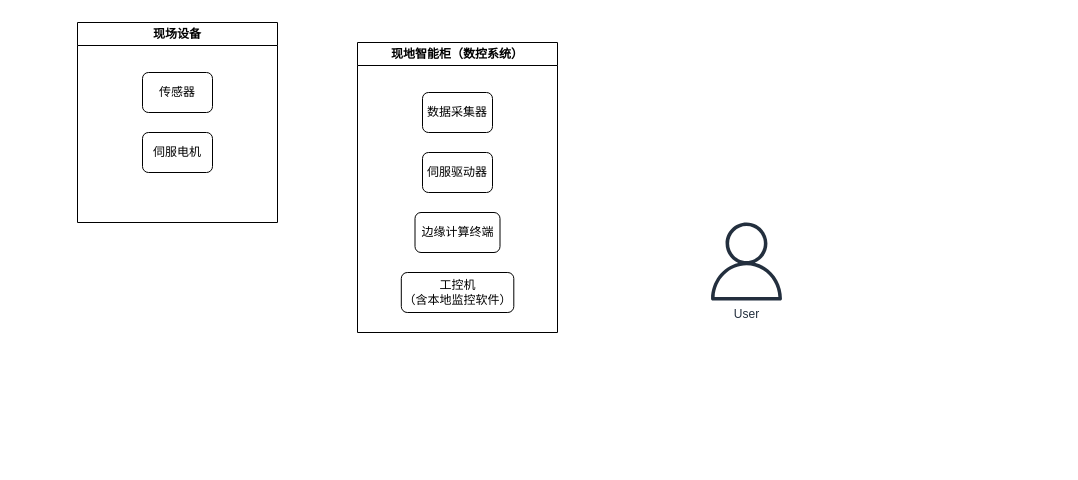
Above: 未命名绘图.drawio in linweihongvicky/mydrawio (draw.io), before the change. Source tidied: cells renumbered, new cells numbered last; positions are measured from the earlier drawing's top-left corner, leaving out a move shared by most shapes. Both pictures are drawn from the tidied source at 100%, with x=0, y=0 at pixel (77, 22).
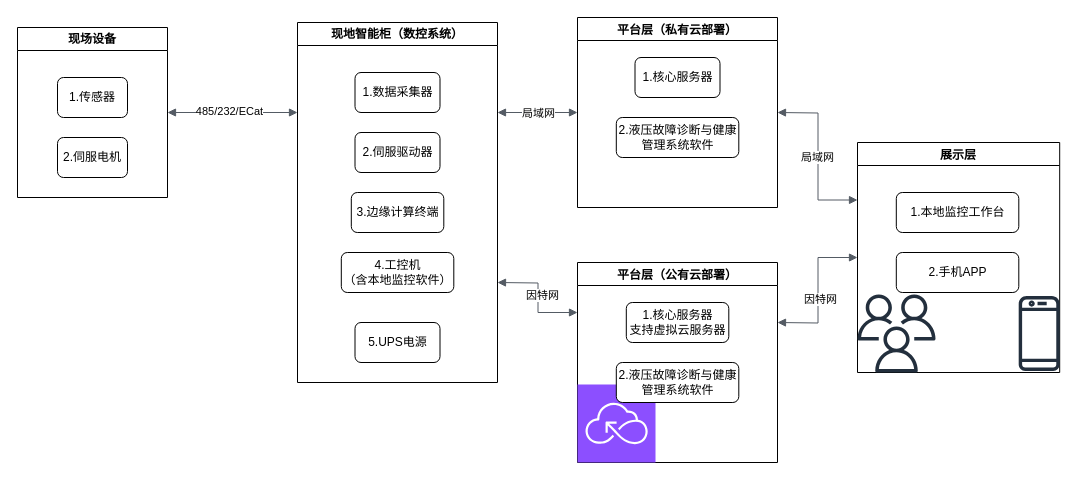
After the change.

Commit message (it also covers changes not shown here):
更新液压系统主要产品架构图.drawio

Diff of the diagram source:
```diff
@@
-    <mxCell id="2" value="User" style="fontColor=#232F3E;gradientColor=none;fillColor=#232F3E;strokeColor=none;dashed=0;verticalLabelPosition=bottom;verticalAlign=top;align=center;html=1;fontSize=12;fontStyle=0;shape=mxgraph.aws4.user;labelBackgroundColor=none;" parent="1" vertex="1">
-      <mxGeometry x="630" y="200" width="78" height="78" as="geometry" />
-    </mxCell>
     <mxCell id="3" value="现场设备" style="swimlane;whiteSpace=wrap;html=1;" parent="1" vertex="1">
-      <mxGeometry width="200" height="200" as="geometry" />
+      <mxGeometry x="-60" y="5" width="150" height="170" as="geometry" />
     </mxCell>
-    <mxCell id="4" value="传感器" style="rounded=1;whiteSpace=wrap;html=1;" parent="3" vertex="1">
-      <mxGeometry x="65" y="50" width="70" height="40" as="geometry" />
+    <mxCell id="4" value="1.传感器" style="rounded=1;whiteSpace=wrap;html=1;" parent="3" vertex="1">
+      <mxGeometry x="40" y="50" width="70" height="40" as="geometry" />
     </mxCell>
-    <mxCell id="5" value="伺服电机" style="rounded=1;whiteSpace=wrap;html=1;" parent="3" vertex="1">
-      <mxGeometry x="65" y="110" width="70" height="40" as="geometry" />
+    <mxCell id="5" value="2.伺服电机" style="rounded=1;whiteSpace=wrap;html=1;" parent="3" vertex="1">
+      <mxGeometry x="40" y="110" width="70" height="40" as="geometry" />
     </mxCell>
     <mxCell id="6" value="现地智能柜（数控系统）" style="swimlane;whiteSpace=wrap;html=1;" parent="1" vertex="1">
-      <mxGeometry x="280" y="20" width="200" height="290" as="geometry" />
+      <mxGeometry x="220" width="200" height="360" as="geometry" />
     </mxCell>
-    <mxCell id="7" value="数据采集器" style="rounded=1;whiteSpace=wrap;html=1;" parent="6" vertex="1">
-      <mxGeometry x="65" y="50" width="70" height="40" as="geometry" />
+    <mxCell id="7" value="1.数据采集器" style="rounded=1;whiteSpace=wrap;html=1;" parent="6" vertex="1">
+      <mxGeometry x="57.5" y="50" width="85" height="40" as="geometry" />
     </mxCell>
-    <mxCell id="8" value="伺服驱动器" style="rounded=1;whiteSpace=wrap;html=1;" parent="6" vertex="1">
-      <mxGeometry x="65" y="110" width="70" height="40" as="geometry" />
+    <mxCell id="8" value="2.伺服驱动器" style="rounded=1;whiteSpace=wrap;html=1;" parent="6" vertex="1">
+      <mxGeometry x="57.5" y="110" width="85" height="40" as="geometry" />
     </mxCell>
-    <mxCell id="9" value="边缘计算终端" style="rounded=1;whiteSpace=wrap;html=1;" parent="6" vertex="1">
-      <mxGeometry x="57.5" y="170" width="85" height="40" as="geometry" />
+    <mxCell id="9" value="3.边缘计算终端" style="rounded=1;whiteSpace=wrap;html=1;" parent="6" vertex="1">
+      <mxGeometry x="53.8" y="170" width="92.5" height="40" as="geometry" />
     </mxCell>
-    <mxCell id="10" value="工控机&lt;div&gt;（含本地监控软件）&lt;/div&gt;" style="rounded=1;whiteSpace=wrap;html=1;" parent="6" vertex="1">
+    <mxCell id="10" value="4.工控机&lt;div&gt;（含本地监控软件）&lt;/div&gt;" style="rounded=1;whiteSpace=wrap;html=1;" parent="6" vertex="1">
       <mxGeometry x="43.8" y="230" width="112.5" height="40" as="geometry" />
     </mxCell>
+    <mxCell id="11" value="5.UPS电源" style="rounded=1;whiteSpace=wrap;html=1;" parent="6" vertex="1">
+      <mxGeometry x="57.5" y="300" width="85" height="40" as="geometry" />
+    </mxCell>
+    <mxCell id="12" value="平台层（私有云部署）" style="swimlane;" parent="1" vertex="1">
+      <mxGeometry x="500" y="-5" width="200" height="190" as="geometry" />
+    </mxCell>
+    <mxCell id="13" value="1.核心服务器" style="rounded=1;whiteSpace=wrap;html=1;" parent="12" vertex="1">
+      <mxGeometry x="57.5" y="40" width="85" height="40" as="geometry" />
+    </mxCell>
+    <mxCell id="14" value="2.液压故障诊断与健康管理系统软件" style="rounded=1;whiteSpace=wrap;html=1;" parent="12" vertex="1">
+      <mxGeometry x="38.8" y="100" width="122.5" height="40" as="geometry" />
+    </mxCell>
+    <mxCell id="15" value="平台层（公有云部署）" style="swimlane;startSize=23;" parent="1" vertex="1">
+      <mxGeometry x="500" y="240" width="200" height="200" as="geometry" />
+    </mxCell>
+    <mxCell id="16" style="sketch=0;fontColor=#232F3E;fillColor=#8C4FFF;strokeColor=#ffffff;dashed=0;verticalLabelPosition=bottom;verticalAlign=top;align=center;html=1;fontSize=12;fontStyle=0;shape=mxgraph.aws4.resourceIcon;resIcon=mxgraph.aws4.serverless;" parent="15" vertex="1">
+      <mxGeometry y="122" width="78" height="78" as="geometry" />
+    </mxCell>
+    <mxCell id="17" value="2.液压故障诊断与健康管理系统软件" style="rounded=1;whiteSpace=wrap;html=1;" parent="15" vertex="1">
+      <mxGeometry x="38.8" y="100" width="122.5" height="40" as="geometry" />
+    </mxCell>
+    <mxCell id="18" value="1.核心服务器&lt;div&gt;支持虚拟云服务器&lt;/div&gt;" style="rounded=1;whiteSpace=wrap;html=1;" parent="15" vertex="1">
+      <mxGeometry x="48.8" y="40" width="102.5" height="40" as="geometry" />
+    </mxCell>
+    <mxCell id="19" style="edgeStyle=orthogonalEdgeStyle;html=1;endArrow=block;elbow=vertical;startArrow=block;startFill=1;endFill=1;strokeColor=#545B64;rounded=0;entryX=0;entryY=0.5;entryDx=0;entryDy=0;" parent="15" edge="1" target="21">
+      <mxGeometry relative="1" as="geometry">
+        <mxPoint x="200" y="60" as="sourcePoint" />
+      </mxGeometry>
+    </mxCell>
+    <mxCell id="20" value="因特网" style="edgeLabel;html=1;align=center;verticalAlign=middle;" parent="19" vertex="1">
+      <mxGeometry x="-0.11" y="-1" relative="1" as="geometry">
+        <mxPoint x="1" as="offset" />
+      </mxGeometry>
+    </mxCell>
+    <mxCell id="21" value="展示层" style="swimlane;" parent="1" vertex="1">
+      <mxGeometry x="780" y="120" width="202.2" height="230" as="geometry" />
+    </mxCell>
+    <mxCell id="22" value="1.本地监控工作台" style="rounded=1;whiteSpace=wrap;html=1;" parent="21" vertex="1">
+      <mxGeometry x="38.8" y="50" width="122.5" height="40" as="geometry" />
+    </mxCell>
+    <mxCell id="23" style="sketch=0;fontColor=#232F3E;gradientColor=none;fillColor=#232F3D;strokeColor=none;dashed=0;verticalLabelPosition=bottom;verticalAlign=top;align=center;html=1;fontSize=12;fontStyle=0;shape=mxgraph.aws4.mobile_client;" parent="21" vertex="1">
+      <mxGeometry x="161.2" y="152" width="41" height="78" as="geometry" />
+    </mxCell>
+    <mxCell id="24" value="2.手机APP" style="rounded=1;whiteSpace=wrap;html=1;" parent="21" vertex="1">
+      <mxGeometry x="38.8" y="110" width="122.5" height="40" as="geometry" />
+    </mxCell>
+    <mxCell id="25" style="sketch=0;fontColor=#232F3E;gradientColor=none;fillColor=#232F3D;strokeColor=none;dashed=0;verticalLabelPosition=bottom;verticalAlign=top;align=center;html=1;fontSize=12;fontStyle=0;shape=mxgraph.aws4.users;" parent="21" vertex="1">
+      <mxGeometry y="152" width="78" height="78" as="geometry" />
+    </mxCell>
+    <mxCell id="26" style="edgeStyle=orthogonalEdgeStyle;html=1;endArrow=block;elbow=vertical;startArrow=block;startFill=1;endFill=1;strokeColor=#545B64;rounded=0;entryX=0;entryY=0.25;entryDx=0;entryDy=0;exitX=1;exitY=0.5;exitDx=0;exitDy=0;" parent="1" edge="1" source="3" target="6">
+      <mxGeometry relative="1" as="geometry" />
+    </mxCell>
+    <mxCell id="27" value="485/232/ECat" style="edgeLabel;html=1;align=center;verticalAlign=middle;" parent="26" vertex="1">
+      <mxGeometry x="-0.06" y="2" relative="1" as="geometry" />
+    </mxCell>
+    <mxCell id="28" style="html=1;endArrow=block;elbow=vertical;startArrow=block;startFill=1;endFill=1;strokeColor=#545B64;rounded=0;entryX=0;entryY=0.5;entryDx=0;entryDy=0;" parent="1" edge="1" target="12">
+      <mxGeometry relative="1" as="geometry">
+        <mxPoint x="420" y="90" as="sourcePoint" />
+      </mxGeometry>
+    </mxCell>
+    <mxCell id="29" value="局域网" style="edgeLabel;html=1;align=center;verticalAlign=middle;" parent="28" vertex="1">
+      <mxGeometry relative="1" as="geometry" />
+    </mxCell>
+    <mxCell id="30" style="edgeStyle=orthogonalEdgeStyle;html=1;endArrow=block;elbow=vertical;startArrow=block;startFill=1;endFill=1;strokeColor=#545B64;rounded=0;entryX=0;entryY=0.25;entryDx=0;entryDy=0;" parent="1" edge="1" target="15">
+      <mxGeometry relative="1" as="geometry">
+        <mxPoint x="420" y="260" as="sourcePoint" />
+      </mxGeometry>
+    </mxCell>
+    <mxCell id="31" value="因特网" style="edgeLabel;html=1;align=center;verticalAlign=middle;" parent="30" vertex="1">
+      <mxGeometry x="-0.03" y="4" relative="1" as="geometry" />
+    </mxCell>
+    <mxCell id="32" style="edgeStyle=orthogonalEdgeStyle;html=1;endArrow=block;elbow=vertical;startArrow=block;startFill=1;endFill=1;strokeColor=#545B64;rounded=0;entryX=0;entryY=0.25;entryDx=0;entryDy=0;" parent="1" edge="1" target="21">
+      <mxGeometry relative="1" as="geometry">
+        <mxPoint x="700" y="90" as="sourcePoint" />
+      </mxGeometry>
+    </mxCell>
+    <mxCell id="33" value="局域网" style="edgeLabel;html=1;align=center;verticalAlign=middle;" parent="32" vertex="1">
+      <mxGeometry x="0.02" y="-1" relative="1" as="geometry" />
+    </mxCell>
```
